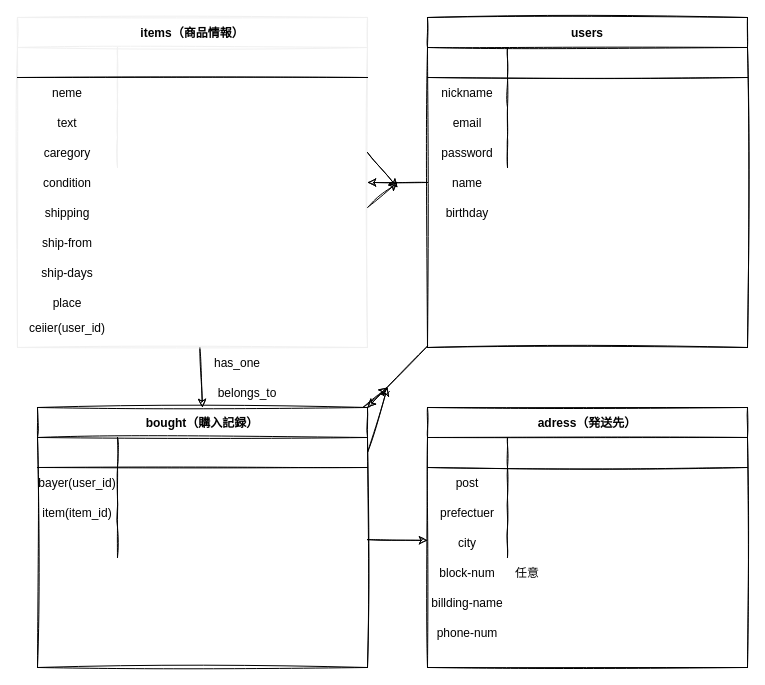
The draw.io diagram ER.dio in cat-kuro00/furima-38319, before the edit. Source tidied: cells renumbered, new cells numbered last; positions are measured from the earlier drawing's top-left corner, leaving out a move shared by most shapes. Both pictures are drawn from the tidied source at 100%, with x=0, y=0 at pixel (17, 17).
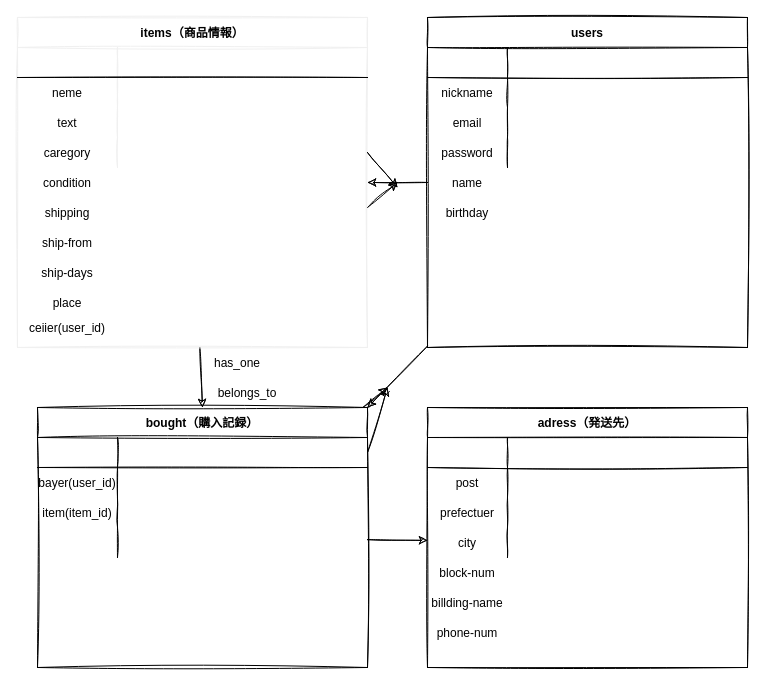
Above is the later version.

Commit message:
ER図、README作成①

Change to the diagram source:
```diff
@@
-    <mxCell id="71" value="任意" style="shape=partialRectangle;fillColor=none;top=0;left=0;bottom=0;right=0;align=left;spacingLeft=6;overflow=hidden;sketch=1;" parent="1" vertex="1">
+    <mxCell id="71" style="shape=partialRectangle;fillColor=none;top=0;left=0;bottom=0;right=0;align=left;spacingLeft=6;overflow=hidden;sketch=1;" parent="1" vertex="1">
       <mxGeometry x="490" y="540" width="240" height="30" as="geometry" />
     </mxCell>
```
